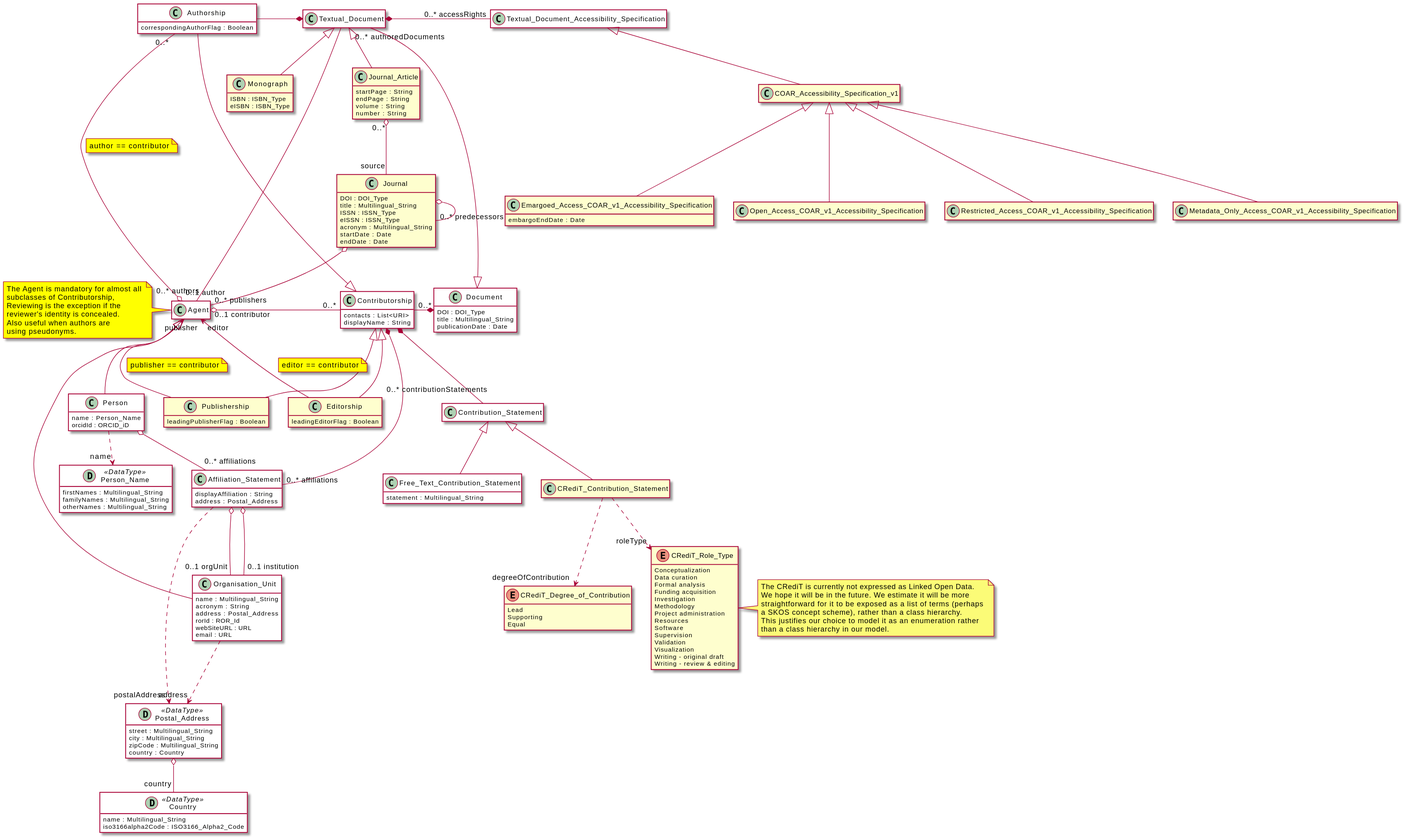
This is diagrams/module.svg from EuroCRIS/CERIF-ScholarlyPublicationsModule, a PlantUML export, as it was before one commit.
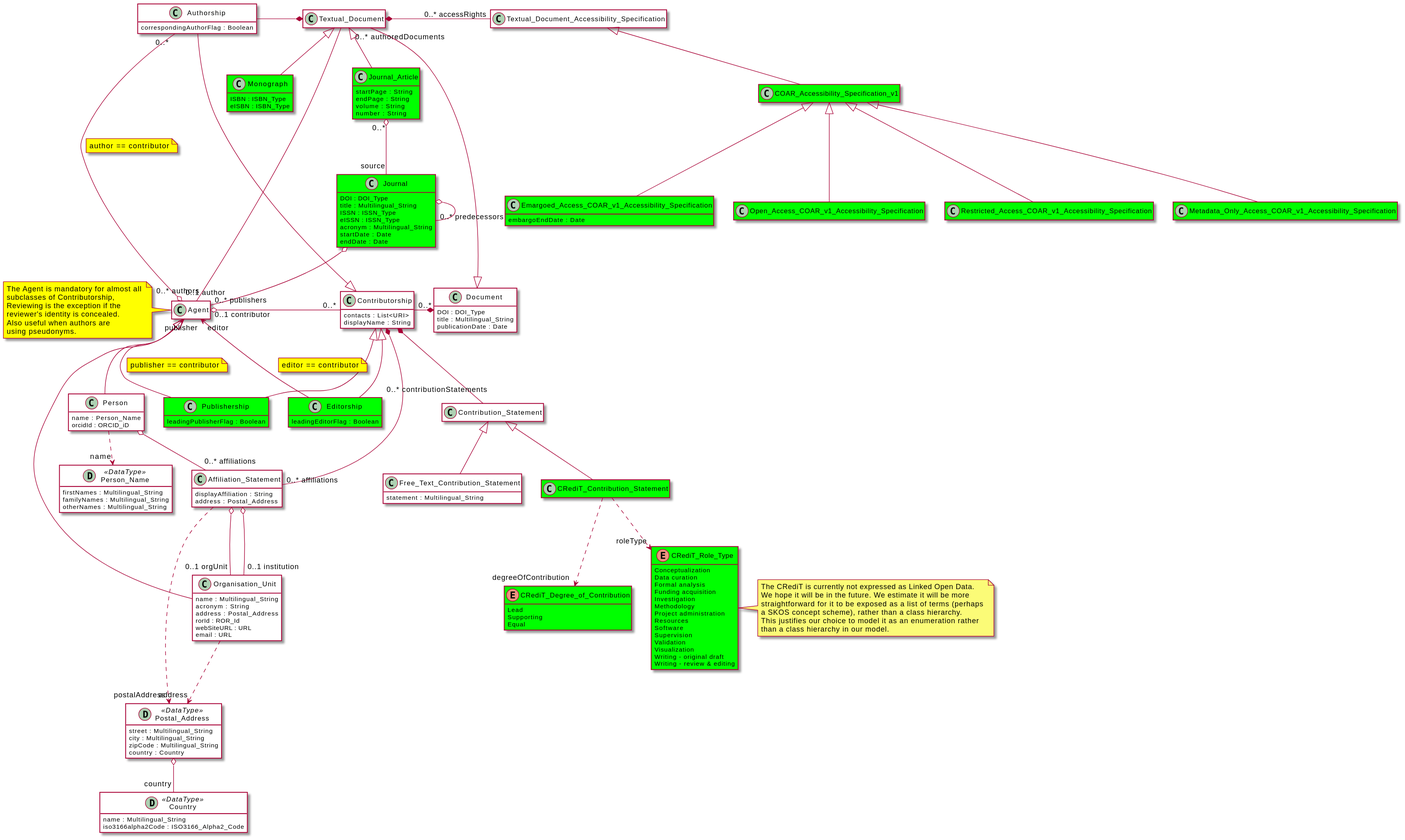
Later version of the same file.

The edit, as a diff of the source:
```diff
@@ -3,21 +3,21 @@
     !include ../../CERIF-Core/diagrams/core.puml
 
     !startsub Coar
-        class "COAR_Accessibility_Specification_v1"
+        class "COAR_Accessibility_Specification_v1" #00ff00
 
-        class "Open_Access_COAR_v1_Accessibility_Specification"
+        class "Open_Access_COAR_v1_Accessibility_Specification" #00ff00
 
-        class "Restricted_Access_COAR_v1_Accessibility_Specification"
+        class "Restricted_Access_COAR_v1_Accessibility_Specification" #00ff00
 
-        class "Metadata_Only_Access_COAR_v1_Accessibility_Specification"
+        class "Metadata_Only_Access_COAR_v1_Accessibility_Specification" #00ff00
 
-        class "Emargoed_Access_COAR_v1_Accessibility_Specification"{
+        class "Emargoed_Access_COAR_v1_Accessibility_Specification" #00ff00{
             embargoEndDate : Date
         }
     !endsub
 
     !startsub Journal
-        class "Journal"{
+        class "Journal" #00ff00{
             DOI : DOI_Type
             title : Multilingual_String
             ISSN : ISSN_Type
@@ -27,7 +27,7 @@
             endDate : Date
         }
 
-        class "Journal_Article"{
+        class "Journal_Article" #00ff00{
             startPage : String
             endPage : String
             volume : String
@@ -35,26 +35,26 @@
         }
     !endsub
 
-    class "Monograph"{
+    class "Monograph" #00ff00{
         ISBN : ISBN_Type
         eISBN : ISBN_Type
     }
-    class "Editorship"{
+    class "Editorship" #00ff00{
         leadingEditorFlag : Boolean
     }
-    class "Publishership"{
+    class "Publishership" #00ff00{
         leadingPublisherFlag : Boolean
     }
 
     !startsub CRediT
-        class "CRediT_Contribution_Statement"{
+        class "CRediT_Contribution_Statement" #00ff00{
         }
-        enum "CRediT_Degree_of_Contribution"{
+        enum "CRediT_Degree_of_Contribution" #00ff00{
             Lead
             Supporting
             Equal
         }
-        enum "CRediT_Role_Type"{
+        enum "CRediT_Role_Type" #00ff00{
             Conceptualization
             Data curation
             Formal analysis
```
